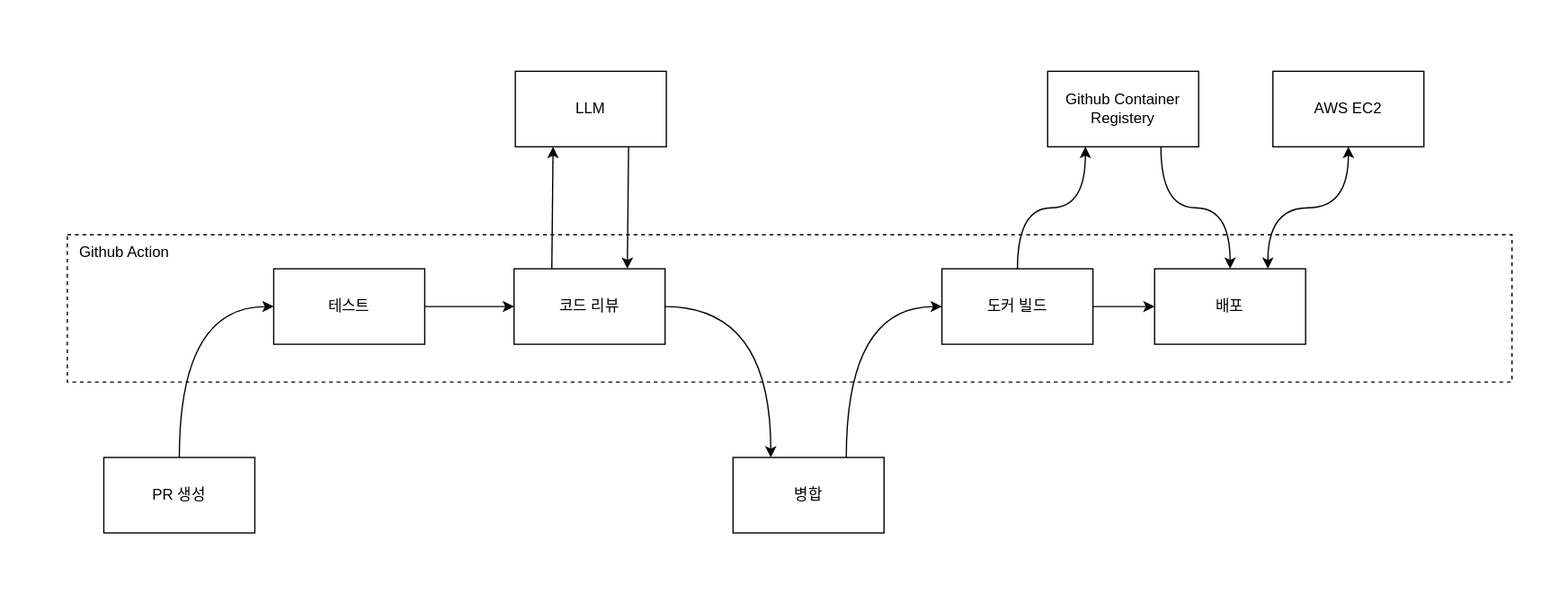
Above: docs/cicd-flow.drawio.svg in daniel-juyeon-kim/Quicker-Back-V2 (draw.io), before the change. Source tidied: cells renumbered, new cells last; positions are measured from the earlier drawing's top-left corner, leaving out a move shared by most shapes.
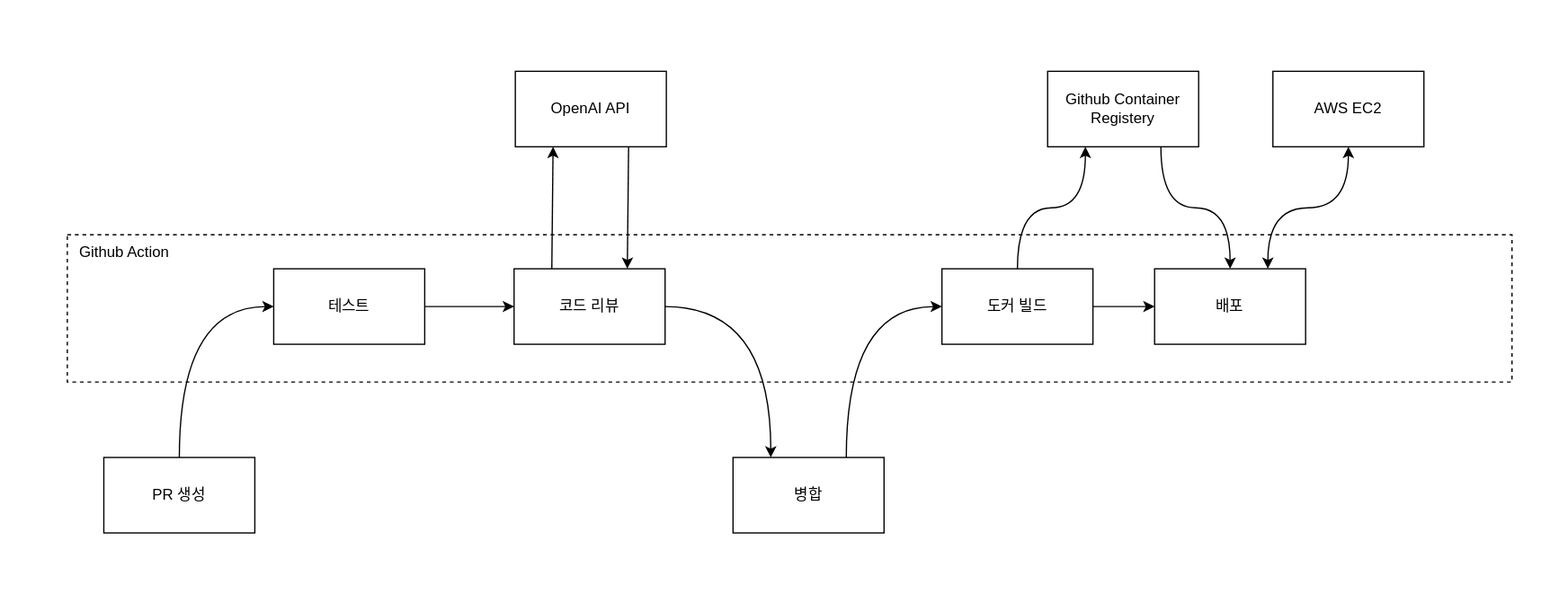
Later version of the same file.

The edit, as a diff of the source:
```diff
@@ -68,7 +68,7 @@
     <mxCell id="23" style="group;" parent="1" vertex="1">
       <mxGeometry x="407" y="56" width="122" height="60" as="geometry" />
     </mxCell>
-    <mxCell id="24" value="LLM" style="rounded=0;whiteSpace=wrap;html=1;" parent="23" vertex="1">
+    <mxCell id="24" value="OpenAI API" style="rounded=0;whiteSpace=wrap;html=1;" parent="23" vertex="1">
       <mxGeometry x="2" width="120" height="60" as="geometry" />
     </mxCell>
     <mxCell id="25" style="edgeStyle=none;html=1;exitX=0.25;exitY=0;exitDx=0;exitDy=0;entryX=0.25;entryY=1;entryDx=0;entryDy=0;" parent="1" edge="1" source="11" target="24">
```
